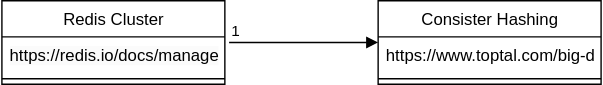
Before: draw.io/Cache.svg, a diagram exported from draw.io (kartikchauhan/prep-mesh). Source tidied: cells renumbered, new cells last; positions are measured from the earlier drawing's top-left corner, leaving out a move shared by most shapes.
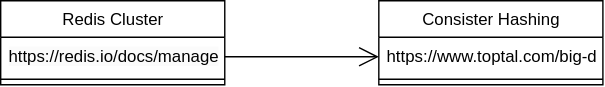
Above is the later version.

Diff of the diagram source:
```diff
@@ -20,13 +20,11 @@
     <mxCell id="7" style="line;strokeWidth=1;fillColor=none;align=left;verticalAlign=middle;spacingTop=-1;spacingLeft=3;spacingRight=3;labelPosition=right;strokeColor=inherit;html=1;" parent="5" vertex="1">
       <mxGeometry y="52" width="160" height="8" as="geometry" />
     </mxCell>
-    <mxCell id="8" style="endArrow=block;endFill=1;html=1;edgeStyle=orthogonalEdgeStyle;align=left;verticalAlign=top;rounded=0;exitX=1.019;exitY=0.154;exitDx=0;exitDy=0;exitPerimeter=0;" parent="1" edge="1" source="3">
-      <mxGeometry x="-1" relative="1" as="geometry">
-        <mxPoint x="270" y="30" as="targetPoint" />
-      </mxGeometry>
-    </mxCell>
-    <mxCell id="9" value="1" style="edgeLabel;html=1;align=left;verticalAlign=bottom;" parent="8" vertex="1">
-      <mxGeometry x="-1" relative="1" as="geometry" />
-    </mxCell>
+    <mxCell id="10" style="endArrow=open;endFill=1;endSize=12;html=1;rounded=0;" parent="1" edge="1">
+      <mxGeometry relative="1" as="geometry">
+        <mxPoint x="160" y="40" as="sourcePoint" />
+        <mxPoint x="270" y="40" as="targetPoint" />
+      </mxGeometry>
+    </mxCell>
   </root>
 </mxGraphModel>
```
